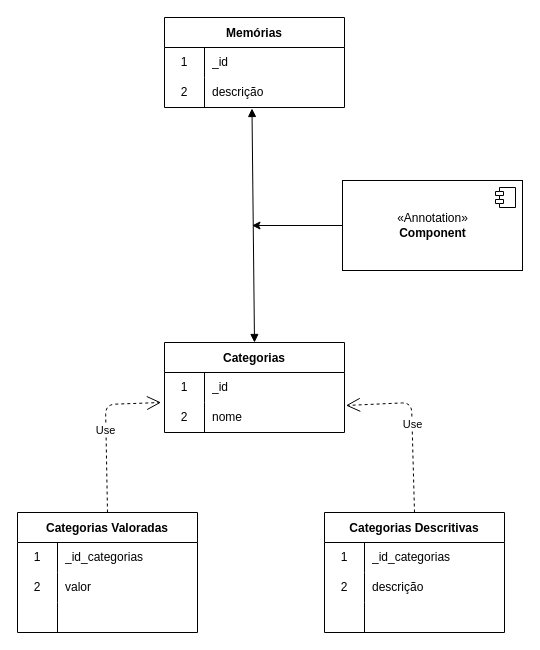
marvinho-tn/aurora keeps this draw.io diagram as docs/diagrama_de_dados_aurora.drawio. Above is the earlier version. Source tidied: cells renumbered, new cells numbered last; positions are measured from the earlier drawing's top-left corner, leaving out a move shared by most shapes. Both pictures are drawn from the tidied source at 100%, with x=0, y=0 at pixel (17, 17).
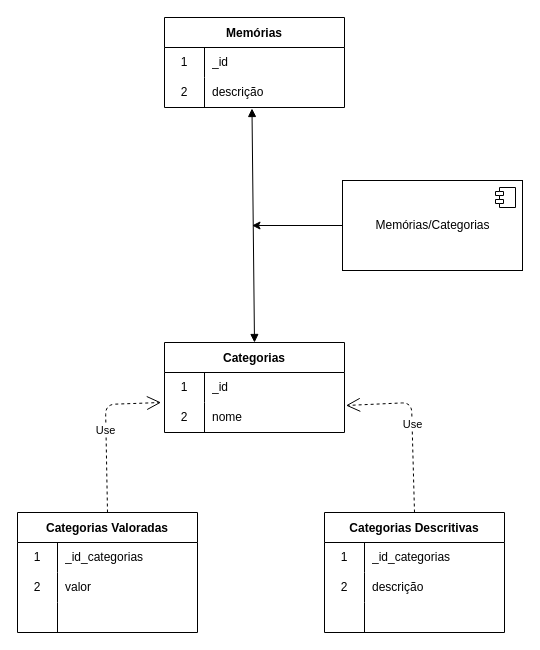
The same diagram, later.

Diff of the diagram source:
```diff
@@
-    <mxCell id="40" value="&amp;laquo;Annotation&amp;raquo;&lt;br/&gt;&lt;b&gt;Component&lt;/b&gt;" style="html=1;" parent="1" vertex="1">
+    <mxCell id="40" value="Memórias/Categorias" style="html=1;" parent="1" vertex="1">
       <mxGeometry x="325" y="163" width="180" height="90" as="geometry" />
     </mxCell>
```
